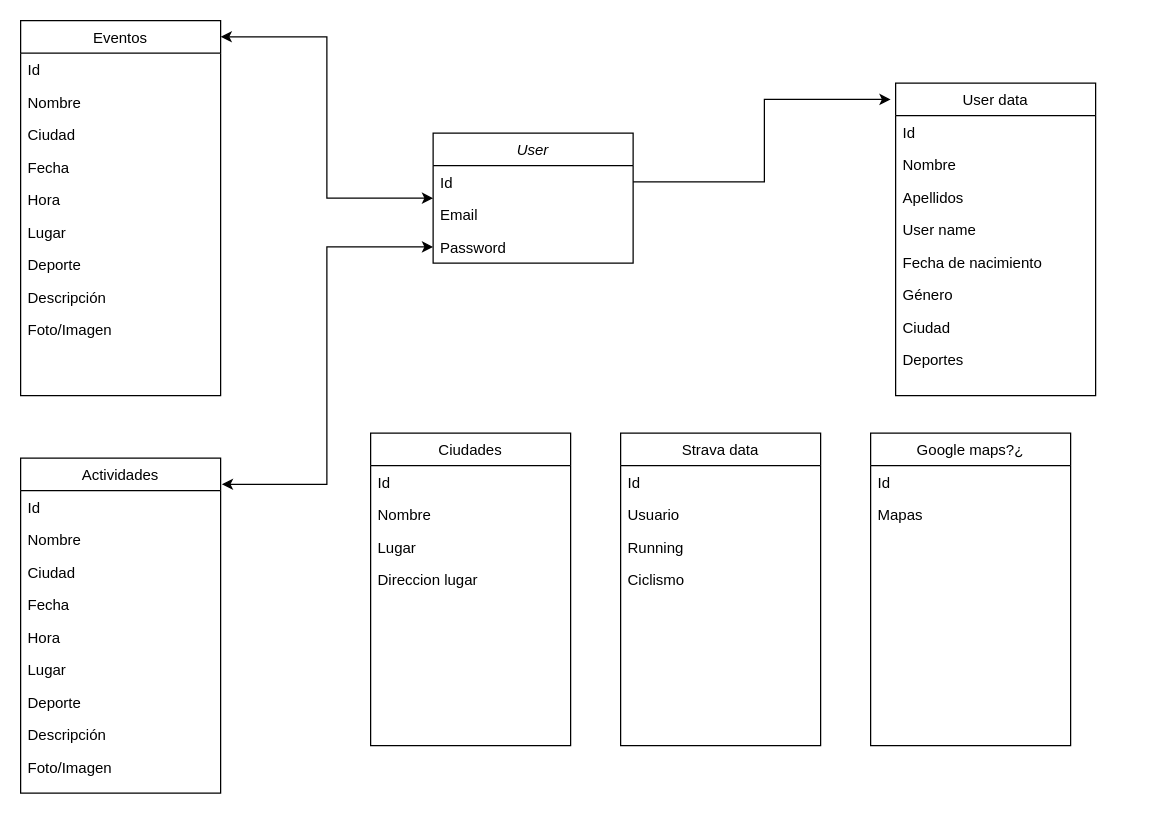
This is Diagrama.drawio from Thelgaris/Final-Project, a draw.io file, before an edit. Source tidied: cells renumbered, new cells numbered last; positions are measured from the earlier drawing's top-left corner, leaving out a move shared by most shapes. Both pictures are drawn from the tidied source at 125%, with x=0, y=0 at pixel (20, 20).
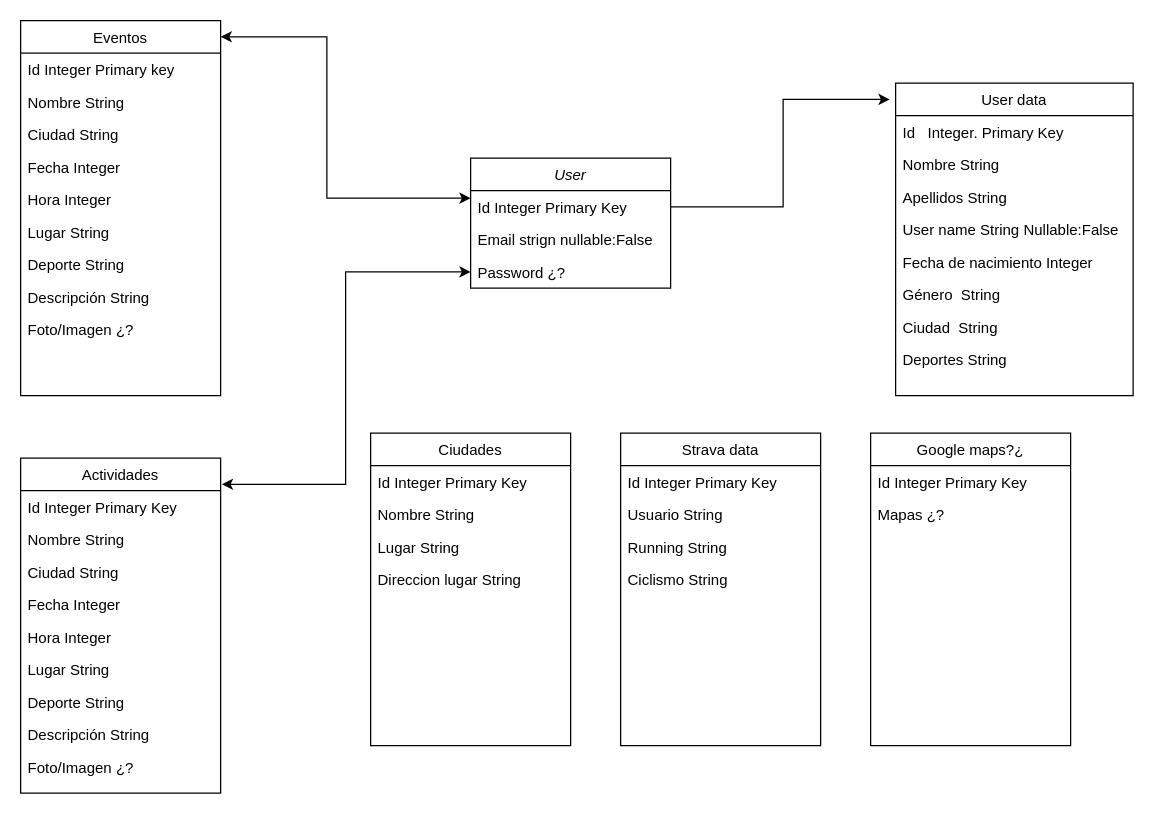
Above is the later version.

The change refers to these unchanged cells:
```xml
<mxCell id="16" value="Eventos" style="swimlane;fontStyle=0;align=center;verticalAlign=top;horizontal=1;startSize=26;rounded=0;shadow=0;strokeWidth=1;swimlaneLine=1;" parent="1" vertex="1">
  <mxGeometry width="160" height="300" as="geometry" />
</mxCell>
<mxCell id="26" value="Actividades" style="swimlane;fontStyle=0;align=center;verticalAlign=top;horizontal=1;startSize=26;rounded=0;shadow=0;strokeWidth=1;" parent="1" vertex="1">
  <mxGeometry y="350" width="160" height="268" as="geometry" />
</mxCell>
<mxCell id="38" value="Ciudades" style="swimlane;fontStyle=0;align=center;verticalAlign=top;horizontal=1;startSize=26;rounded=0;shadow=0;strokeWidth=1;" parent="1" vertex="1">
  <mxGeometry x="280" y="330" width="160" height="250" as="geometry" />
</mxCell>
<mxCell id="44" value="Strava data" style="swimlane;fontStyle=0;align=center;verticalAlign=top;horizontal=1;startSize=26;rounded=0;shadow=0;strokeWidth=1;" parent="1" vertex="1">
  <mxGeometry x="480" y="330" width="160" height="250" as="geometry" />
</mxCell>
<mxCell id="49" value="Google maps?¿" style="swimlane;fontStyle=0;align=center;verticalAlign=top;horizontal=1;startSize=26;rounded=0;shadow=0;strokeWidth=1;" parent="1" vertex="1">
  <mxGeometry x="680" y="330" width="160" height="250" as="geometry" />
</mxCell>
```

What changed in the source:
```diff
@@
     <mxCell id="2" style="edgeStyle=orthogonalEdgeStyle;rounded=0;jettySize=auto;html=1;entryX=1;entryY=0.043;entryDx=0;entryDy=0;entryPerimeter=0;startArrow=classic;startFill=1;" parent="1" edge="1" source="3" target="16">
-      <mxGeometry relative="1" as="geometry" />
+      <mxGeometry relative="1" as="geometry">
+        <Array as="points">
+          <mxPoint x="245" y="142" />
+          <mxPoint x="245" y="13" />
+        </Array>
+      </mxGeometry>
     </mxCell>
     <mxCell id="3" value="User" style="swimlane;fontStyle=2;align=center;verticalAlign=top;horizontal=1;startSize=26;rounded=0;shadow=0;strokeWidth=1;" parent="1" vertex="1">
-      <mxGeometry x="330" y="90" width="160" height="104" as="geometry" />
+      <mxGeometry x="360" y="110" width="160" height="104" as="geometry" />
     </mxCell>
-    <mxCell id="4" value="Id" style="text;align=left;verticalAlign=top;spacingLeft=4;spacingRight=4;overflow=hidden;points=[[0,0.5],[1,0.5]];portConstraint=eastwest;" parent="3" vertex="1">
+    <mxCell id="4" value="Id Integer Primary Key" style="text;align=left;verticalAlign=top;spacingLeft=4;spacingRight=4;overflow=hidden;points=[[0,0.5],[1,0.5]];portConstraint=eastwest;" parent="3" vertex="1">
       <mxGeometry y="26" width="160" height="26" as="geometry" />
     </mxCell>
-    <mxCell id="5" value="Email" style="text;align=left;verticalAlign=top;spacingLeft=4;spacingRight=4;overflow=hidden;rounded=0;shadow=0;html=0;" parent="3" vertex="1">
+    <mxCell id="5" value="Email strign nullable:False" style="text;align=left;verticalAlign=top;spacingLeft=4;spacingRight=4;overflow=hidden;rounded=0;shadow=0;html=0;" parent="3" vertex="1">
       <mxGeometry y="52" width="160" height="26" as="geometry" />
     </mxCell>
-    <mxCell id="6" value="Password" style="text;align=left;verticalAlign=top;spacingLeft=4;spacingRight=4;overflow=hidden;points=[[0,0.5],[1,0.5]];portConstraint=eastwest;rounded=0;shadow=0;html=0;" parent="3" vertex="1">
+    <mxCell id="6" value="Password ¿?" style="text;align=left;verticalAlign=top;spacingLeft=4;spacingRight=4;overflow=hidden;points=[[0,0.5],[1,0.5]];portConstraint=eastwest;rounded=0;shadow=0;html=0;" parent="3" vertex="1">
       <mxGeometry y="78" width="160" height="26" as="geometry" />
     </mxCell>
     <mxCell id="7" value="User data" style="swimlane;fontStyle=0;align=center;verticalAlign=top;horizontal=1;startSize=26;rounded=0;shadow=0;strokeWidth=1;" parent="1" vertex="1">
-      <mxGeometry x="700" y="50" width="160" height="250" as="geometry" />
+      <mxGeometry x="700" y="50" width="190" height="250" as="geometry" />
     </mxCell>
-    <mxCell id="8" value="Id" style="text;align=left;verticalAlign=top;spacingLeft=4;spacingRight=4;overflow=hidden;" parent="7" vertex="1">
-      <mxGeometry y="26" width="160" height="26" as="geometry" />
+    <mxCell id="8" value="Id   Integer. Primary Key" style="text;align=left;verticalAlign=top;spacingLeft=4;spacingRight=4;overflow=hidden;" parent="7" vertex="1">
+      <mxGeometry y="26" width="190" height="26" as="geometry" />
     </mxCell>
-    <mxCell id="9" value="Nombre" style="text;align=left;verticalAlign=top;spacingLeft=4;spacingRight=4;overflow=hidden;" parent="7" vertex="1">
-      <mxGeometry y="52" width="160" height="26" as="geometry" />
+    <mxCell id="9" value="Nombre String         " style="text;align=left;verticalAlign=top;spacingLeft=4;spacingRight=4;overflow=hidden;" parent="7" vertex="1">
+      <mxGeometry y="52" width="190" height="26" as="geometry" />
     </mxCell>
-    <mxCell id="10" value="Apellidos" style="text;align=left;verticalAlign=top;spacingLeft=4;spacingRight=4;overflow=hidden;rounded=0;shadow=0;html=0;" parent="7" vertex="1">
-      <mxGeometry y="78" width="160" height="26" as="geometry" />
+    <mxCell id="10" value="Apellidos String " style="text;align=left;verticalAlign=top;spacingLeft=4;spacingRight=4;overflow=hidden;rounded=0;shadow=0;html=0;" parent="7" vertex="1">
+      <mxGeometry y="78" width="190" height="26" as="geometry" />
     </mxCell>
-    <mxCell id="11" value="User name" style="text;align=left;verticalAlign=top;spacingLeft=4;spacingRight=4;overflow=hidden;rounded=0;shadow=0;html=0;" parent="7" vertex="1">
-      <mxGeometry y="104" width="160" height="26" as="geometry" />
+    <mxCell id="11" value="User name String Nullable:False" style="text;align=left;verticalAlign=top;spacingLeft=4;spacingRight=4;overflow=hidden;rounded=0;shadow=0;html=0;" parent="7" vertex="1">
+      <mxGeometry y="104" width="190" height="26" as="geometry" />
     </mxCell>
-    <mxCell id="12" value="Fecha de nacimiento" style="text;align=left;verticalAlign=top;spacingLeft=4;spacingRight=4;overflow=hidden;rounded=0;shadow=0;html=0;" parent="7" vertex="1">
-      <mxGeometry y="130" width="160" height="26" as="geometry" />
+    <mxCell id="12" value="Fecha de nacimiento Integer" style="text;align=left;verticalAlign=top;spacingLeft=4;spacingRight=4;overflow=hidden;rounded=0;shadow=0;html=0;" parent="7" vertex="1">
+      <mxGeometry y="130" width="190" height="26" as="geometry" />
     </mxCell>
-    <mxCell id="13" value="Género" style="text;align=left;verticalAlign=top;spacingLeft=4;spacingRight=4;overflow=hidden;rounded=0;shadow=0;html=0;" parent="7" vertex="1">
-      <mxGeometry y="156" width="160" height="26" as="geometry" />
+    <mxCell id="13" value="Género  String" style="text;align=left;verticalAlign=top;spacingLeft=4;spacingRight=4;overflow=hidden;rounded=0;shadow=0;html=0;" parent="7" vertex="1">
+      <mxGeometry y="156" width="190" height="26" as="geometry" />
     </mxCell>
-    <mxCell id="14" value="Ciudad" style="text;align=left;verticalAlign=top;spacingLeft=4;spacingRight=4;overflow=hidden;rounded=0;shadow=0;html=0;" parent="7" vertex="1">
-      <mxGeometry y="182" width="160" height="26" as="geometry" />
+    <mxCell id="14" value="Ciudad  String" style="text;align=left;verticalAlign=top;spacingLeft=4;spacingRight=4;overflow=hidden;rounded=0;shadow=0;html=0;" parent="7" vertex="1">
+      <mxGeometry y="182" width="190" height="26" as="geometry" />
     </mxCell>
-    <mxCell id="15" value="Deportes" style="text;align=left;verticalAlign=top;spacingLeft=4;spacingRight=4;overflow=hidden;rounded=0;shadow=0;html=0;" parent="7" vertex="1">
-      <mxGeometry y="208" width="160" height="26" as="geometry" />
+    <mxCell id="15" value="Deportes String" style="text;align=left;verticalAlign=top;spacingLeft=4;spacingRight=4;overflow=hidden;rounded=0;shadow=0;html=0;" parent="7" vertex="1">
+      <mxGeometry y="208" width="190" height="26" as="geometry" />
     </mxCell>
@@
-    <mxCell id="17" value="Id" style="text;align=left;verticalAlign=top;spacingLeft=4;spacingRight=4;overflow=hidden;" parent="16" vertex="1">
+    <mxCell id="17" value="Id Integer Primary key" style="text;align=left;verticalAlign=top;spacingLeft=4;spacingRight=4;overflow=hidden;" parent="16" vertex="1">
       <mxGeometry y="26" width="160" height="26" as="geometry" />
     </mxCell>
-    <mxCell id="18" value="Nombre" style="text;align=left;verticalAlign=top;spacingLeft=4;spacingRight=4;overflow=hidden;" parent="16" vertex="1">
+    <mxCell id="18" value="Nombre String" style="text;align=left;verticalAlign=top;spacingLeft=4;spacingRight=4;overflow=hidden;" parent="16" vertex="1">
       <mxGeometry y="52" width="160" height="26" as="geometry" />
     </mxCell>
-    <mxCell id="19" value="Ciudad" style="text;align=left;verticalAlign=top;spacingLeft=4;spacingRight=4;overflow=hidden;rounded=0;shadow=0;html=0;" parent="16" vertex="1">
+    <mxCell id="19" value="Ciudad String" style="text;align=left;verticalAlign=top;spacingLeft=4;spacingRight=4;overflow=hidden;rounded=0;shadow=0;html=0;" parent="16" vertex="1">
       <mxGeometry y="78" width="160" height="26" as="geometry" />
     </mxCell>
-    <mxCell id="20" value="Fecha" style="text;align=left;verticalAlign=top;spacingLeft=4;spacingRight=4;overflow=hidden;rounded=0;shadow=0;html=0;" parent="16" vertex="1">
+    <mxCell id="20" value="Fecha Integer" style="text;align=left;verticalAlign=top;spacingLeft=4;spacingRight=4;overflow=hidden;rounded=0;shadow=0;html=0;" parent="16" vertex="1">
       <mxGeometry y="104" width="160" height="26" as="geometry" />
     </mxCell>
-    <mxCell id="21" value="Hora" style="text;align=left;verticalAlign=top;spacingLeft=4;spacingRight=4;overflow=hidden;rounded=0;shadow=0;html=0;" parent="16" vertex="1">
+    <mxCell id="21" value="Hora Integer" style="text;align=left;verticalAlign=top;spacingLeft=4;spacingRight=4;overflow=hidden;rounded=0;shadow=0;html=0;" parent="16" vertex="1">
       <mxGeometry y="130" width="160" height="26" as="geometry" />
     </mxCell>
-    <mxCell id="22" value="Lugar" style="text;align=left;verticalAlign=top;spacingLeft=4;spacingRight=4;overflow=hidden;rounded=0;shadow=0;html=0;" parent="16" vertex="1">
+    <mxCell id="22" value="Lugar String" style="text;align=left;verticalAlign=top;spacingLeft=4;spacingRight=4;overflow=hidden;rounded=0;shadow=0;html=0;" parent="16" vertex="1">
       <mxGeometry y="156" width="160" height="26" as="geometry" />
     </mxCell>
-    <mxCell id="23" value="Deporte" style="text;align=left;verticalAlign=top;spacingLeft=4;spacingRight=4;overflow=hidden;rounded=0;shadow=0;html=0;" parent="16" vertex="1">
+    <mxCell id="23" value="Deporte String" style="text;align=left;verticalAlign=top;spacingLeft=4;spacingRight=4;overflow=hidden;rounded=0;shadow=0;html=0;" parent="16" vertex="1">
       <mxGeometry y="182" width="160" height="26" as="geometry" />
     </mxCell>
-    <mxCell id="24" value="Descripción" style="text;align=left;verticalAlign=top;spacingLeft=4;spacingRight=4;overflow=hidden;rounded=0;shadow=0;html=0;" parent="16" vertex="1">
+    <mxCell id="24" value="Descripción String" style="text;align=left;verticalAlign=top;spacingLeft=4;spacingRight=4;overflow=hidden;rounded=0;shadow=0;html=0;" parent="16" vertex="1">
       <mxGeometry y="208" width="160" height="26" as="geometry" />
     </mxCell>
-    <mxCell id="25" value="Foto/Imagen" style="text;align=left;verticalAlign=top;spacingLeft=4;spacingRight=4;overflow=hidden;rounded=0;shadow=0;html=0;" parent="16" vertex="1">
+    <mxCell id="25" value="Foto/Imagen ¿?" style="text;align=left;verticalAlign=top;spacingLeft=4;spacingRight=4;overflow=hidden;rounded=0;shadow=0;html=0;" parent="16" vertex="1">
       <mxGeometry y="234" width="160" height="26" as="geometry" />
     </mxCell>
@@
-    <mxCell id="27" value="Id" style="text;align=left;verticalAlign=top;spacingLeft=4;spacingRight=4;overflow=hidden;" parent="26" vertex="1">
+    <mxCell id="27" value="Id Integer Primary Key" style="text;align=left;verticalAlign=top;spacingLeft=4;spacingRight=4;overflow=hidden;" parent="26" vertex="1">
       <mxGeometry y="26" width="160" height="26" as="geometry" />
     </mxCell>
-    <mxCell id="28" value="Nombre" style="text;align=left;verticalAlign=top;spacingLeft=4;spacingRight=4;overflow=hidden;" parent="26" vertex="1">
+    <mxCell id="28" value="Nombre String" style="text;align=left;verticalAlign=top;spacingLeft=4;spacingRight=4;overflow=hidden;" parent="26" vertex="1">
       <mxGeometry y="52" width="160" height="26" as="geometry" />
     </mxCell>
-    <mxCell id="29" value="Ciudad" style="text;align=left;verticalAlign=top;spacingLeft=4;spacingRight=4;overflow=hidden;rounded=0;shadow=0;html=0;" parent="26" vertex="1">
+    <mxCell id="29" value="Ciudad String" style="text;align=left;verticalAlign=top;spacingLeft=4;spacingRight=4;overflow=hidden;rounded=0;shadow=0;html=0;" parent="26" vertex="1">
       <mxGeometry y="78" width="160" height="26" as="geometry" />
     </mxCell>
-    <mxCell id="30" value="Fecha" style="text;align=left;verticalAlign=top;spacingLeft=4;spacingRight=4;overflow=hidden;rounded=0;shadow=0;html=0;" parent="26" vertex="1">
+    <mxCell id="30" value="Fecha Integer" style="text;align=left;verticalAlign=top;spacingLeft=4;spacingRight=4;overflow=hidden;rounded=0;shadow=0;html=0;" parent="26" vertex="1">
       <mxGeometry y="104" width="160" height="26" as="geometry" />
     </mxCell>
-    <mxCell id="31" value="Hora" style="text;align=left;verticalAlign=top;spacingLeft=4;spacingRight=4;overflow=hidden;rounded=0;shadow=0;html=0;" parent="26" vertex="1">
+    <mxCell id="31" value="Hora Integer" style="text;align=left;verticalAlign=top;spacingLeft=4;spacingRight=4;overflow=hidden;rounded=0;shadow=0;html=0;" parent="26" vertex="1">
       <mxGeometry y="130" width="160" height="26" as="geometry" />
     </mxCell>
-    <mxCell id="32" value="Lugar" style="text;align=left;verticalAlign=top;spacingLeft=4;spacingRight=4;overflow=hidden;rounded=0;shadow=0;html=0;" parent="26" vertex="1">
+    <mxCell id="32" value="Lugar String" style="text;align=left;verticalAlign=top;spacingLeft=4;spacingRight=4;overflow=hidden;rounded=0;shadow=0;html=0;" parent="26" vertex="1">
       <mxGeometry y="156" width="160" height="26" as="geometry" />
     </mxCell>
-    <mxCell id="33" value="Deporte" style="text;align=left;verticalAlign=top;spacingLeft=4;spacingRight=4;overflow=hidden;rounded=0;shadow=0;html=0;" parent="26" vertex="1">
+    <mxCell id="33" value="Deporte String" style="text;align=left;verticalAlign=top;spacingLeft=4;spacingRight=4;overflow=hidden;rounded=0;shadow=0;html=0;" parent="26" vertex="1">
       <mxGeometry y="182" width="160" height="26" as="geometry" />
     </mxCell>
-    <mxCell id="34" value="Descripción" style="text;align=left;verticalAlign=top;spacingLeft=4;spacingRight=4;overflow=hidden;rounded=0;shadow=0;html=0;" parent="26" vertex="1">
+    <mxCell id="34" value="Descripción String" style="text;align=left;verticalAlign=top;spacingLeft=4;spacingRight=4;overflow=hidden;rounded=0;shadow=0;html=0;" parent="26" vertex="1">
       <mxGeometry y="208" width="160" height="26" as="geometry" />
     </mxCell>
-    <mxCell id="35" value="Foto/Imagen" style="text;align=left;verticalAlign=top;spacingLeft=4;spacingRight=4;overflow=hidden;rounded=0;shadow=0;html=0;" parent="26" vertex="1">
+    <mxCell id="35" value="Foto/Imagen ¿?" style="text;align=left;verticalAlign=top;spacingLeft=4;spacingRight=4;overflow=hidden;rounded=0;shadow=0;html=0;" parent="26" vertex="1">
       <mxGeometry y="234" width="160" height="26" as="geometry" />
     </mxCell>
@@
-    <mxCell id="39" value="Id" style="text;align=left;verticalAlign=top;spacingLeft=4;spacingRight=4;overflow=hidden;" parent="38" vertex="1">
+    <mxCell id="39" value="Id Integer Primary Key" style="text;align=left;verticalAlign=top;spacingLeft=4;spacingRight=4;overflow=hidden;" parent="38" vertex="1">
       <mxGeometry y="26" width="160" height="26" as="geometry" />
     </mxCell>
-    <mxCell id="40" value="Nombre " style="text;align=left;verticalAlign=top;spacingLeft=4;spacingRight=4;overflow=hidden;" parent="38" vertex="1">
+    <mxCell id="40" value="Nombre String" style="text;align=left;verticalAlign=top;spacingLeft=4;spacingRight=4;overflow=hidden;" parent="38" vertex="1">
       <mxGeometry y="52" width="160" height="26" as="geometry" />
     </mxCell>
-    <mxCell id="41" value="Lugar" style="text;align=left;verticalAlign=top;spacingLeft=4;spacingRight=4;overflow=hidden;rounded=0;shadow=0;html=0;" parent="38" vertex="1">
+    <mxCell id="41" value="Lugar String" style="text;align=left;verticalAlign=top;spacingLeft=4;spacingRight=4;overflow=hidden;rounded=0;shadow=0;html=0;" parent="38" vertex="1">
       <mxGeometry y="78" width="160" height="26" as="geometry" />
     </mxCell>
-    <mxCell id="42" value="Direccion lugar" style="text;align=left;verticalAlign=top;spacingLeft=4;spacingRight=4;overflow=hidden;rounded=0;shadow=0;html=0;" parent="38" vertex="1">
+    <mxCell id="42" value="Direccion lugar String" style="text;align=left;verticalAlign=top;spacingLeft=4;spacingRight=4;overflow=hidden;rounded=0;shadow=0;html=0;" parent="38" vertex="1">
       <mxGeometry y="104" width="160" height="26" as="geometry" />
     </mxCell>
@@
-    <mxCell id="45" value="Id" style="text;align=left;verticalAlign=top;spacingLeft=4;spacingRight=4;overflow=hidden;" parent="44" vertex="1">
+    <mxCell id="45" value="Id Integer Primary Key" style="text;align=left;verticalAlign=top;spacingLeft=4;spacingRight=4;overflow=hidden;" parent="44" vertex="1">
       <mxGeometry y="26" width="160" height="26" as="geometry" />
     </mxCell>
-    <mxCell id="46" value="Usuario" style="text;align=left;verticalAlign=top;spacingLeft=4;spacingRight=4;overflow=hidden;" parent="44" vertex="1">
+    <mxCell id="46" value="Usuario String" style="text;align=left;verticalAlign=top;spacingLeft=4;spacingRight=4;overflow=hidden;" parent="44" vertex="1">
       <mxGeometry y="52" width="160" height="26" as="geometry" />
     </mxCell>
-    <mxCell id="47" value="Running&#10;" style="text;align=left;verticalAlign=top;spacingLeft=4;spacingRight=4;overflow=hidden;rounded=0;shadow=0;html=0;" parent="44" vertex="1">
+    <mxCell id="47" value="Running String" style="text;align=left;verticalAlign=top;spacingLeft=4;spacingRight=4;overflow=hidden;rounded=0;shadow=0;html=0;" parent="44" vertex="1">
       <mxGeometry y="78" width="160" height="26" as="geometry" />
     </mxCell>
-    <mxCell id="48" value="Ciclismo" style="text;align=left;verticalAlign=top;spacingLeft=4;spacingRight=4;overflow=hidden;rounded=0;shadow=0;html=0;" parent="44" vertex="1">
+    <mxCell id="48" value="Ciclismo String" style="text;align=left;verticalAlign=top;spacingLeft=4;spacingRight=4;overflow=hidden;rounded=0;shadow=0;html=0;" parent="44" vertex="1">
       <mxGeometry y="104" width="160" height="26" as="geometry" />
     </mxCell>
@@
-    <mxCell id="50" value="Id" style="text;align=left;verticalAlign=top;spacingLeft=4;spacingRight=4;overflow=hidden;" parent="49" vertex="1">
+    <mxCell id="50" value="Id Integer Primary Key" style="text;align=left;verticalAlign=top;spacingLeft=4;spacingRight=4;overflow=hidden;" parent="49" vertex="1">
       <mxGeometry y="26" width="160" height="26" as="geometry" />
     </mxCell>
-    <mxCell id="51" value="Mapas" style="text;align=left;verticalAlign=top;spacingLeft=4;spacingRight=4;overflow=hidden;" parent="49" vertex="1">
+    <mxCell id="51" value="Mapas ¿? " style="text;align=left;verticalAlign=top;spacingLeft=4;spacingRight=4;overflow=hidden;" parent="49" vertex="1">
       <mxGeometry y="52" width="160" height="26" as="geometry" />
     </mxCell>
```
